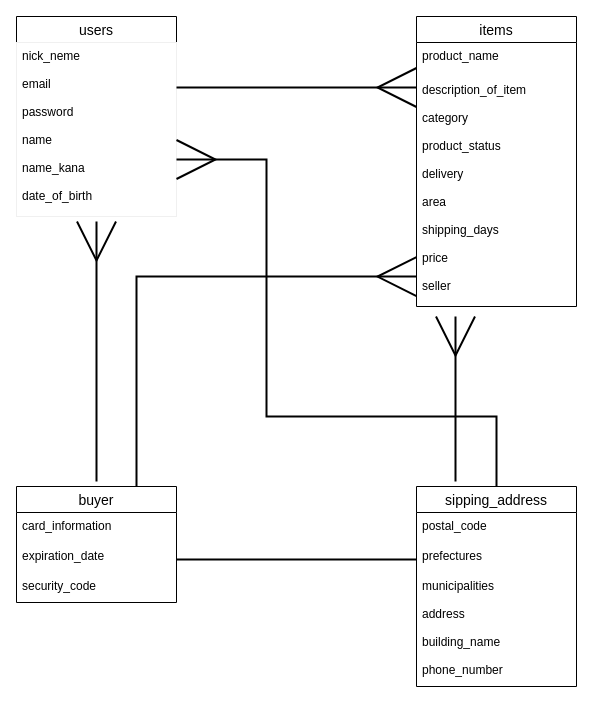
nikumiso213/furima-30560 keeps this draw.io diagram as er.dio. Above is the earlier version. Source tidied: cells renumbered, new cells numbered last; positions are measured from the earlier drawing's top-left corner, leaving out a move shared by most shapes. Both pictures are drawn from the tidied source at 100%, with x=0, y=0 at pixel (16, 16).
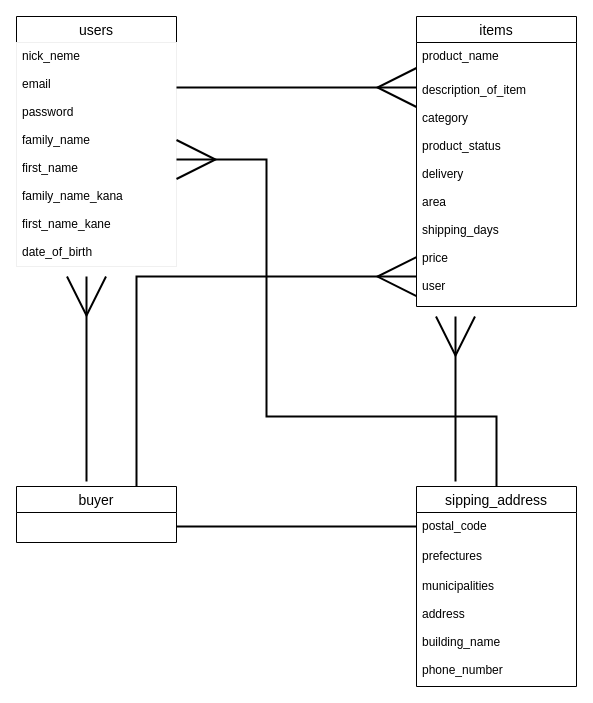
After the change.

Commit message (it also covers changes not shown here):
データベース設計　修正１

Unchanged cells that the change refers to:
```xml
<mxCell id="4" value="items" style="swimlane;fontStyle=0;horizontal=1;startSize=26;align=center;fontSize=14;" parent="1" vertex="1">
  <mxGeometry x="400" width="160" height="290" as="geometry" />
</mxCell>
```

Change to the diagram source:
```diff
@@
     <mxCell id="2" value="users" style="swimlane;fontStyle=0;horizontal=1;startSize=26;align=center;fontSize=14;" parent="1" vertex="1">
-      <mxGeometry width="160" height="200" as="geometry" />
+      <mxGeometry width="160" height="250" as="geometry" />
     </mxCell>
-    <mxCell id="3" value="nick_neme&#10;&#10;email&#10;&#10;password&#10;&#10;name&#10;&#10;name_kana&#10;&#10;date_of_birth" style="text;fillColor=none;spacingLeft=4;spacingRight=4;overflow=hidden;points=[[0,0.5],[1,0.5]];portConstraint=eastwest;fontSize=12;strokeColor=#f0f0f0;" parent="2" vertex="1">
-      <mxGeometry y="26" width="160" height="174" as="geometry" />
+    <mxCell id="3" value="nick_neme&#10;&#10;email&#10;&#10;password&#10;&#10;family_name&#10;&#10;first_name&#10;&#10;family_name_kana&#10;&#10;first_name_kane&#10;&#10;date_of_birth" style="text;fillColor=none;spacingLeft=4;spacingRight=4;overflow=hidden;points=[[0,0.5],[1,0.5]];portConstraint=eastwest;fontSize=12;strokeColor=#f0f0f0;" parent="2" vertex="1">
+      <mxGeometry y="26" width="160" height="224" as="geometry" />
     </mxCell>
@@
-    <mxCell id="6" value="description_of_item&#10;&#10;category&#10;&#10;product_status&#10;&#10;delivery&#10;&#10;area&#10;&#10;shipping_days&#10;&#10;price&#10;&#10;seller&#10;" style="text;strokeColor=none;fillColor=none;spacingLeft=4;spacingRight=4;overflow=hidden;points=[[0,0.5],[1,0.5]];portConstraint=eastwest;fontSize=12;" parent="4" vertex="1">
+    <mxCell id="6" value="description_of_item&#10;&#10;category&#10;&#10;product_status&#10;&#10;delivery&#10;&#10;area&#10;&#10;shipping_days&#10;&#10;price&#10;&#10;user&#10;" style="text;strokeColor=none;fillColor=none;spacingLeft=4;spacingRight=4;overflow=hidden;points=[[0,0.5],[1,0.5]];portConstraint=eastwest;fontSize=12;" parent="4" vertex="1">
       <mxGeometry y="60" width="160" height="230" as="geometry" />
     </mxCell>
@@
     <mxCell id="9" style="edgeStyle=orthogonalEdgeStyle;rounded=0;orthogonalLoop=1;jettySize=auto;html=1;startSize=6;endArrow=ERmany;endFill=0;endSize=36;targetPerimeterSpacing=0;strokeWidth=2;" parent="1" edge="1">
       <mxGeometry relative="1" as="geometry">
-        <mxPoint x="80" y="465" as="sourcePoint" />
-        <mxPoint x="80" y="205" as="targetPoint" />
+        <mxPoint x="70" y="465" as="sourcePoint" />
+        <mxPoint x="70" y="260" as="targetPoint" />
       </mxGeometry>
     </mxCell>
     <mxCell id="10" value="buyer" style="swimlane;fontStyle=0;horizontal=1;startSize=26;align=center;fontSize=14;" parent="1" vertex="1">
-      <mxGeometry y="470" width="160" height="116" as="geometry" />
+      <mxGeometry y="470" width="160" height="56" as="geometry" />
     </mxCell>
-    <mxCell id="11" value="card_information" style="text;strokeColor=none;fillColor=none;spacingLeft=4;spacingRight=4;overflow=hidden;fontSize=12;" parent="10" vertex="1">
-      <mxGeometry y="26" width="160" height="30" as="geometry" />
-    </mxCell>
-    <mxCell id="12" value="expiration_date" style="text;strokeColor=none;fillColor=none;spacingLeft=4;spacingRight=4;overflow=hidden;fontSize=12;" parent="10" vertex="1">
-      <mxGeometry y="56" width="160" height="30" as="geometry" />
-    </mxCell>
-    <mxCell id="13" value="security_code" style="text;strokeColor=none;fillColor=none;spacingLeft=4;spacingRight=4;overflow=hidden;fontSize=12;" parent="10" vertex="1">
-      <mxGeometry y="86" width="160" height="30" as="geometry" />
-    </mxCell>
@@
     <mxCell id="20" style="edgeStyle=orthogonalEdgeStyle;rounded=0;orthogonalLoop=1;jettySize=auto;html=1;exitX=1;exitY=0.5;exitDx=0;exitDy=0;startSize=6;endArrow=none;endFill=0;endSize=36;targetPerimeterSpacing=0;strokeWidth=2;" parent="1" edge="1">
       <mxGeometry relative="1" as="geometry">
-        <mxPoint x="160" y="543" as="sourcePoint" />
-        <mxPoint x="400" y="543" as="targetPoint" />
+        <mxPoint x="160" y="510" as="sourcePoint" />
+        <mxPoint x="400" y="510" as="targetPoint" />
       </mxGeometry>
     </mxCell>
```
